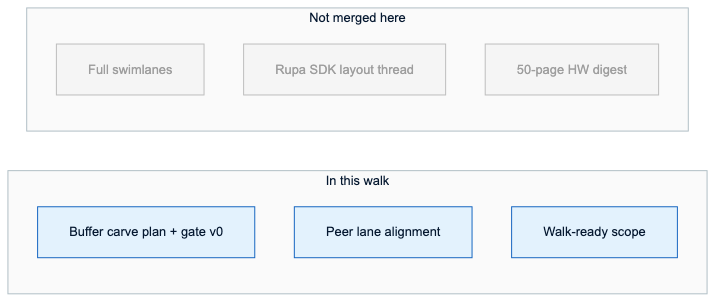
Above: assets/diagrams/b6/b6-slide06-boundaries.png in upscale-ai-network/agent-template (Mermaid), before the change. Its source is kept beside it as assets/diagrams/b6/b6-slide06-boundaries.mmd.
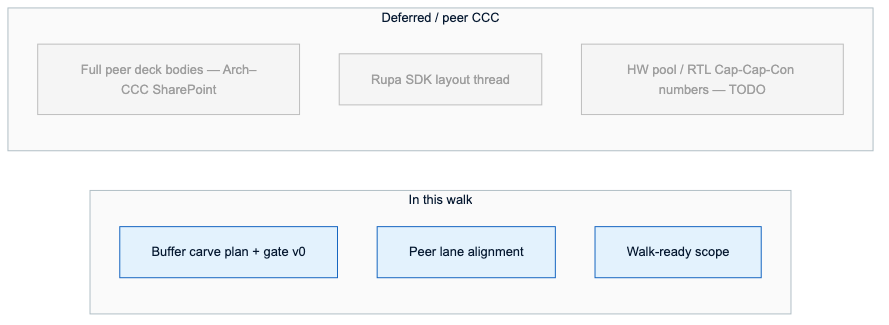
After the change.

The edit, as a diff of the source:
```diff
@@ -5,10 +5,10 @@
     I2["Peer lane alignment"]
     I3["Walk-ready scope"]
   end
-  subgraph OUT["Not merged here"]
-    O1["Full swimlanes"]
+  subgraph OUT["Deferred / peer CCC"]
+    O1["Full peer deck bodies — Arch–CCC SharePoint"]
     O2["Rupa SDK layout thread"]
-    O3["50-page HW digest"]
+    O3["HW pool / RTL Cap-Cap-Con numbers — TODO"]
   end
 
   classDef program fill:#E3F2FD,stroke:#1565C0,color:#051830
```
